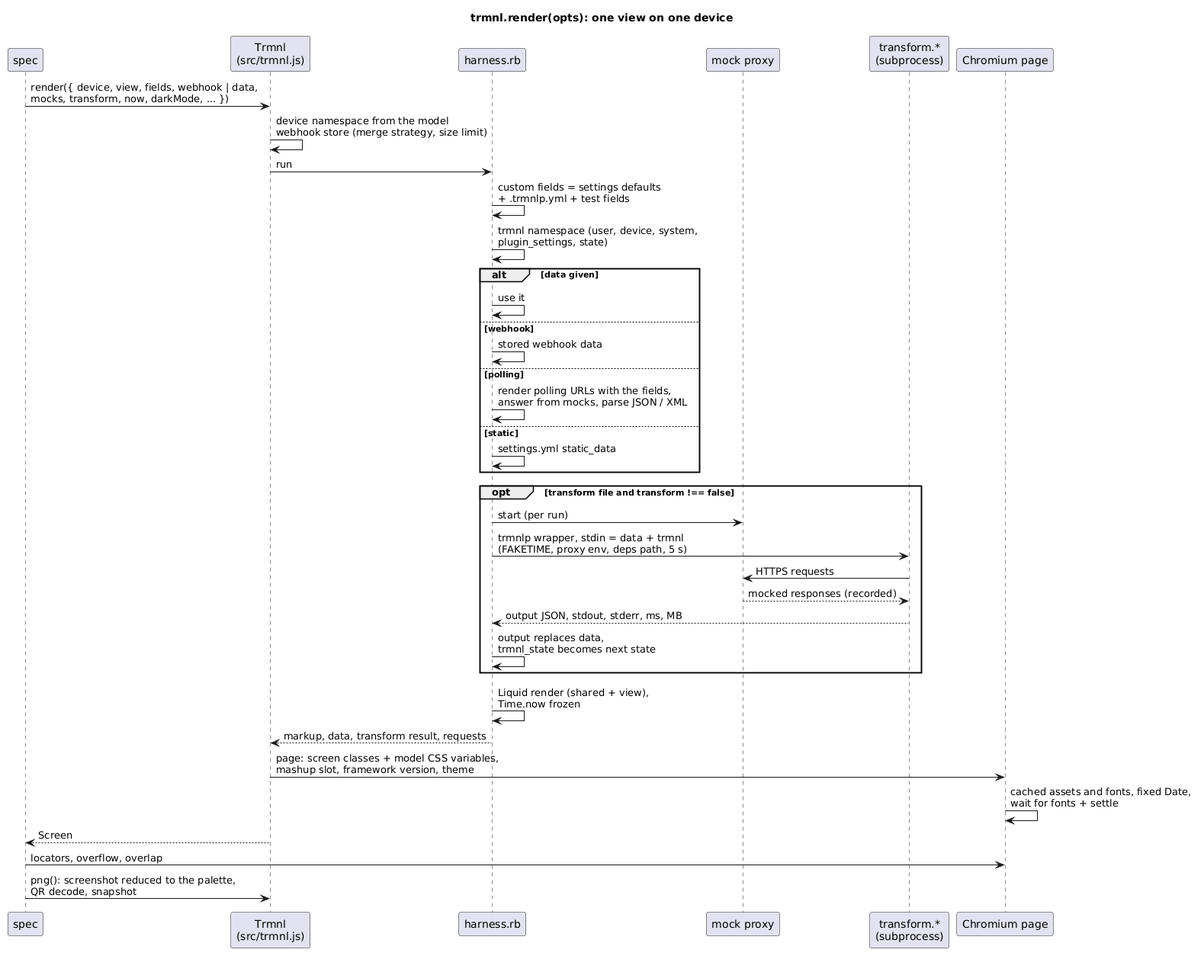
This is docs/render.png from ExcuseMi/trmnlp-test, a PlantUML export, as it was before one commit. The source it was exported from:
```plantuml
@startuml render
title trmnl.render(opts): one view on one device
skinparam shadowing false
skinparam sequenceMessageAlign left

participant "spec" as spec
participant "Trmnl\n(src/trmnl.js)" as t
participant "harness.rb" as h
participant "mock proxy" as p
participant "transform.*\n(subprocess)" as tx
participant "Chromium page" as c

spec -> t : render({ device, view, fields, webhook | data,\nmocks, transform, now, darkMode, ... })
t -> t : device namespace from the model\nwebhook store (merge strategy, size limit)
t -> h : run
h -> h : custom fields = settings defaults\n+ .trmnlp.yml + test fields
h -> h : trmnl namespace (user, device, system,\nplugin_settings, state)
alt data given
  h -> h : use it
else webhook
  h -> h : stored webhook data
else polling
  h -> h : render polling URLs with the fields,\nanswer from mocks, parse JSON / XML
else static
  h -> h : settings.yml static_data
end
opt transform file and transform !== false
  h -> p : start (per run)
  h -> tx : trmnlp wrapper, stdin = data + trmnl\n(FAKETIME, proxy env, deps path, 5 s)
  tx -> p : HTTPS requests
  p --> tx : mocked responses (recorded)
  tx --> h : output JSON, stdout, stderr, ms, MB
  h -> h : output replaces data,\ntrmnl_state becomes next state
end
h -> h : Liquid render (shared + view),\nTime.now frozen
h --> t : markup, data, transform result, requests
t -> c : page: screen classes + model CSS variables,\nmashup slot, framework version, theme
c -> c : cached assets and fonts, fixed Date,\nwait for fonts + settle
t --> spec : Screen
spec -> c : locators, overflow, overlap
spec -> t : png(): screenshot reduced to the palette,\nQR decode, snapshot
@enduml
```
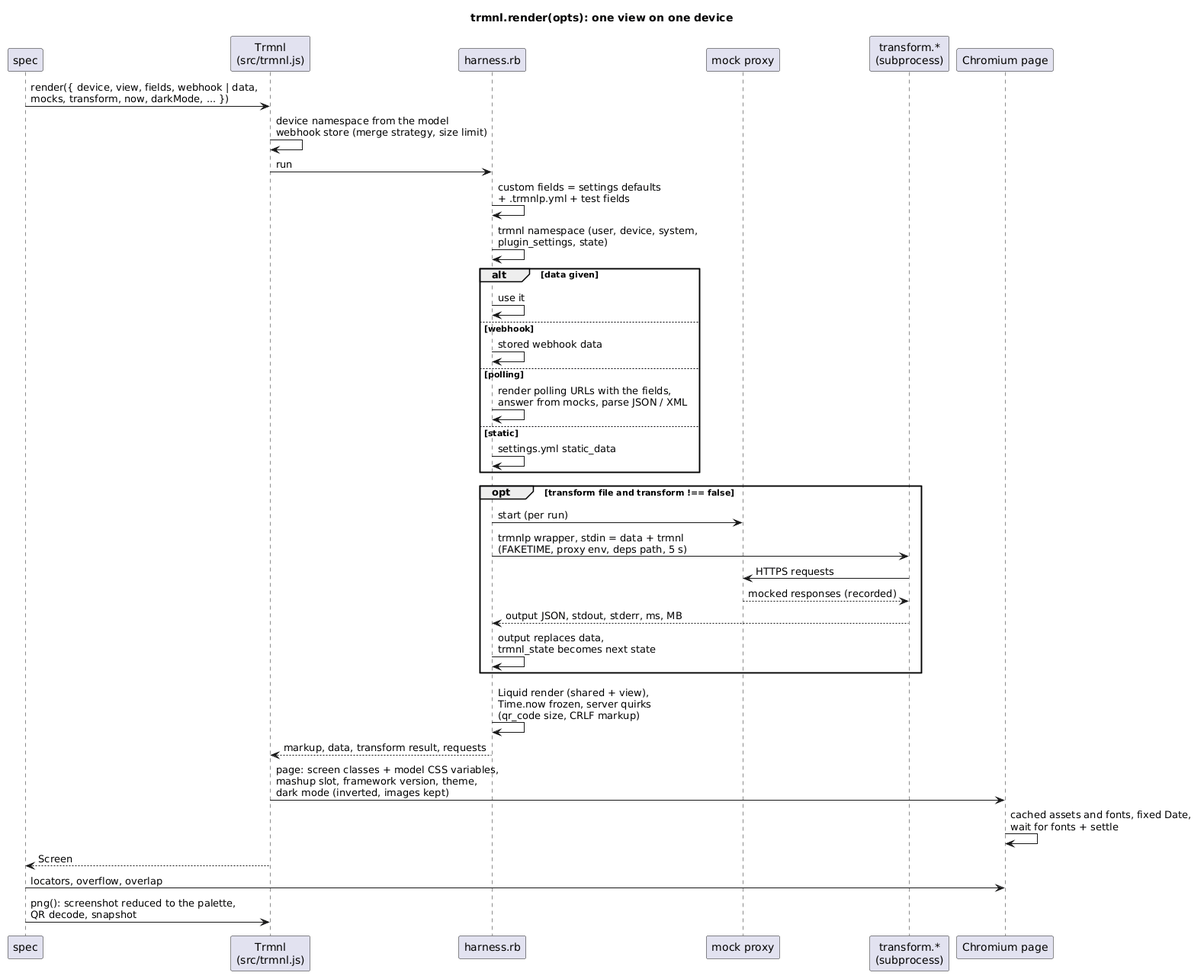
The same file after the commit.

What changed in the source:
```diff
@@ -32,9 +32,9 @@
   tx --> h : output JSON, stdout, stderr, ms, MB
   h -> h : output replaces data,\ntrmnl_state becomes next state
 end
-h -> h : Liquid render (shared + view),\nTime.now frozen
+h -> h : Liquid render (shared + view),\nTime.now frozen, server quirks\n(qr_code size, CRLF markup)
 h --> t : markup, data, transform result, requests
-t -> c : page: screen classes + model CSS variables,\nmashup slot, framework version, theme
+t -> c : page: screen classes + model CSS variables,\nmashup slot, framework version, theme,\ndark mode (inverted, images kept)
 c -> c : cached assets and fonts, fixed Date,\nwait for fonts + settle
 t --> spec : Screen
 spec -> c : locators, overflow, overlap
```
